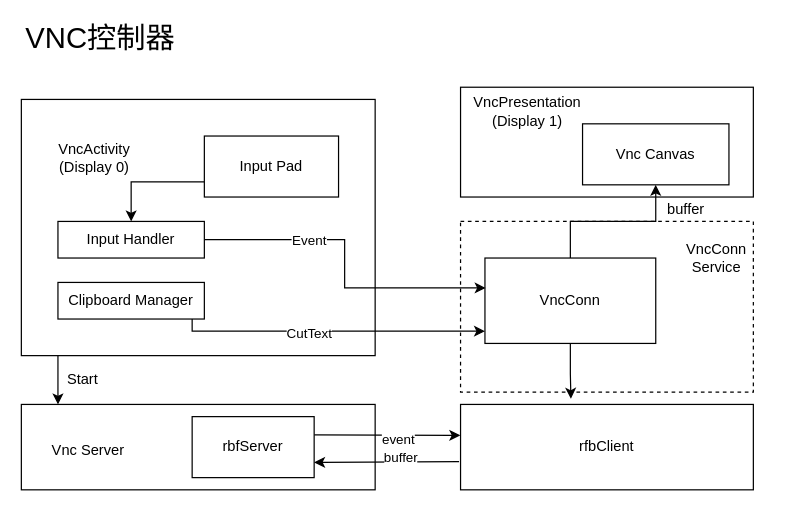
Earlier version of the draw.io diagram uml/vnc_controller.drawio (TobiasYin/ansuld). Source tidied: cells renumbered, new cells numbered last; positions are measured from the earlier drawing's top-left corner, leaving out a move shared by most shapes. Both pictures are drawn from the tidied source at 122%, with x=0, y=0 at pixel (21, 26).
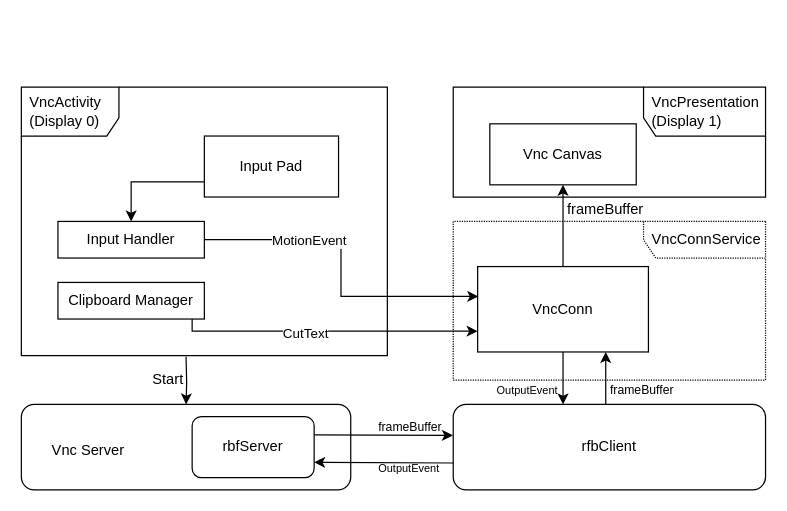
The same page after the edit.

Unchanged cells that the change refers to:
```xml
<mxCell id="19" style="rounded=0;jettySize=auto;html=1;entryX=-0.001;entryY=0.362;entryDx=0;entryDy=0;entryPerimeter=0;" parent="1" edge="1" target="10">
  <mxGeometry relative="1" as="geometry">
    <mxPoint x="240" y="335" as="sourcePoint" />
  </mxGeometry>
</mxCell>
<mxCell id="25" style="edgeStyle=orthogonalEdgeStyle;rounded=0;jettySize=auto;html=1;entryX=0.004;entryY=0.35;entryDx=0;entryDy=0;entryPerimeter=0;" parent="1" edge="1" source="27" target="13">
  <mxGeometry relative="1" as="geometry" />
</mxCell>
<mxCell id="30" value="Clipboard Manager" style="rounded=0;whiteSpace=wrap;html=1;" parent="1" vertex="1">
  <mxGeometry x="30" y="210" width="120" height="30" as="geometry" />
</mxCell>
```

The edit, as a diff of the source:
```diff
@@
-    <mxCell id="2" style="rounded=0;whiteSpace=wrap;html=1;dashed=1;" parent="1" vertex="1">
-      <mxGeometry x="360" y="160" width="240" height="140" as="geometry" />
-    </mxCell>
-    <mxCell id="3" style="rounded=0;whiteSpace=wrap;html=1;" parent="1" vertex="1">
-      <mxGeometry x="360" y="50" width="240" height="90" as="geometry" />
-    </mxCell>
-    <mxCell id="4" value="&lt;font style=&quot;font-size: 24px&quot;&gt;VNC控制器&lt;/font&gt;" style="text;html=1;strokeColor=none;fillColor=none;align=center;verticalAlign=middle;whiteSpace=wrap;rounded=0;" parent="1" vertex="1">
-      <mxGeometry width="130" height="20" as="geometry" />
-    </mxCell>
+    <mxCell id="32" value="&lt;span style=&quot;text-align: center&quot;&gt;VncConnService&lt;/span&gt;" style="shape=umlFrame;whiteSpace=wrap;html=1;width=100;height=30;boundedLbl=1;verticalAlign=middle;align=left;spacingLeft=5;flipV=0;flipH=1;dashed=1;dashPattern=1 1;" parent="1" vertex="1">
+      <mxGeometry x="354" y="160" width="256" height="130" as="geometry" />
+    </mxCell>
-    <mxCell id="5" style="edgeStyle=orthogonalEdgeStyle;rounded=0;jettySize=auto;html=1;" parent="1" edge="1" source="6" target="7">
+    <mxCell id="5" style="edgeStyle=orthogonalEdgeStyle;rounded=0;jettySize=auto;html=1;" parent="1" edge="1" target="7">
       <mxGeometry relative="1" as="geometry">
-        <Array as="points">
-          <mxPoint x="30" y="290" />
-          <mxPoint x="30" y="290" />
-        </Array>
+        <mxPoint x="135" y="271" as="sourcePoint" />
       </mxGeometry>
     </mxCell>
-    <mxCell id="6" style="rounded=0;whiteSpace=wrap;html=1;" parent="1" vertex="1">
-      <mxGeometry y="60" width="290" height="210" as="geometry" />
-    </mxCell>
-    <mxCell id="7" style="rounded=0;whiteSpace=wrap;html=1;" parent="1" vertex="1">
-      <mxGeometry y="310" width="290" height="70" as="geometry" />
+    <mxCell id="7" style="rounded=1;whiteSpace=wrap;html=1;" parent="1" vertex="1">
+      <mxGeometry y="310" width="270" height="70" as="geometry" />
     </mxCell>
-    <mxCell id="8" style="edgeStyle=none;rounded=0;jettySize=auto;html=1;entryX=1;entryY=0.75;entryDx=0;entryDy=0;exitX=-0.005;exitY=0.671;exitDx=0;exitDy=0;exitPerimeter=0;" parent="1" edge="1" source="10" target="21">
-      <mxGeometry relative="1" as="geometry" />
+    <mxCell id="8" style="edgeStyle=none;rounded=0;jettySize=auto;html=1;entryX=1;entryY=0.75;entryDx=0;entryDy=0;" parent="1" edge="1" target="21">
+      <mxGeometry relative="1" as="geometry">
+        <mxPoint x="354" y="358" as="sourcePoint" />
+      </mxGeometry>
     </mxCell>
-    <mxCell id="9" value="buffer" style="edgeLabel;html=1;align=center;verticalAlign=middle;" parent="8" vertex="1">
-      <mxGeometry x="-0.2" y="-4" relative="1" as="geometry" />
-    </mxCell>
-    <mxCell id="10" value="rfbClient" style="rounded=0;whiteSpace=wrap;html=1;" parent="1" vertex="1">
-      <mxGeometry x="360" y="310" width="240" height="70" as="geometry" />
+    <mxCell id="10" value="rfbClient" style="rounded=1;whiteSpace=wrap;html=1;" parent="1" vertex="1">
+      <mxGeometry x="354" y="310" width="256" height="70" as="geometry" />
     </mxCell>
@@
-    <mxCell id="12" style="edgeStyle=orthogonalEdgeStyle;rounded=0;jettySize=auto;html=1;entryX=0.377;entryY=-0.067;entryDx=0;entryDy=0;entryPerimeter=0;" parent="1" edge="1" source="13" target="10">
-      <mxGeometry relative="1" as="geometry" />
+    <mxCell id="12" style="edgeStyle=orthogonalEdgeStyle;rounded=0;jettySize=auto;html=1;" parent="1" edge="1" source="13">
+      <mxGeometry relative="1" as="geometry">
+        <mxPoint x="444" y="310" as="targetPoint" />
+        <Array as="points">
+          <mxPoint x="444" y="280" />
+          <mxPoint x="444" y="280" />
+        </Array>
+      </mxGeometry>
     </mxCell>
     <mxCell id="13" value="VncConn" style="rounded=0;whiteSpace=wrap;html=1;" parent="1" vertex="1">
-      <mxGeometry x="380" y="190" width="140" height="70" as="geometry" />
+      <mxGeometry x="374" y="197" width="140" height="70" as="geometry" />
     </mxCell>
     <mxCell id="14" value="Vnc Canvas" style="rounded=0;whiteSpace=wrap;html=1;" parent="1" vertex="1">
-      <mxGeometry x="460" y="80" width="120" height="50" as="geometry" />
+      <mxGeometry x="384" y="80" width="120" height="50" as="geometry" />
     </mxCell>
-    <mxCell id="15" value="VncActivity&lt;br&gt;(Display 0)" style="text;html=1;strokeColor=none;fillColor=none;align=center;verticalAlign=middle;whiteSpace=wrap;rounded=0;" parent="1" vertex="1">
-      <mxGeometry x="20" y="85" width="80" height="45" as="geometry" />
-    </mxCell>
-    <mxCell id="16" value="VncPresentation&lt;br&gt;(Display 1)" style="text;html=1;strokeColor=none;fillColor=none;align=center;verticalAlign=middle;whiteSpace=wrap;rounded=0;" parent="1" vertex="1">
-      <mxGeometry x="370" y="60" width="90" height="20" as="geometry" />
-    </mxCell>
-    <mxCell id="17" value="buffer" style="text;html=1;strokeColor=none;fillColor=none;align=center;verticalAlign=middle;whiteSpace=wrap;rounded=0;" parent="1" vertex="1">
-      <mxGeometry x="520" y="140" width="50" height="20" as="geometry" />
+    <mxCell id="17" value="frameBuffer" style="text;html=1;strokeColor=none;fillColor=none;align=center;verticalAlign=middle;whiteSpace=wrap;rounded=0;" parent="1" vertex="1">
+      <mxGeometry x="454" y="140" width="50" height="20" as="geometry" />
     </mxCell>
-    <mxCell id="18" value="VncConn&lt;br&gt;Service" style="text;html=1;strokeColor=none;fillColor=none;align=center;verticalAlign=middle;whiteSpace=wrap;rounded=0;" parent="1" vertex="1">
-      <mxGeometry x="550" y="180" width="40" height="20" as="geometry" />
-    </mxCell>
@@
-    <mxCell id="20" value="event" style="edgeLabel;html=1;align=center;verticalAlign=middle;" parent="19" vertex="1">
-      <mxGeometry x="0.16" y="-3" relative="1" as="geometry" />
-    </mxCell>
-    <mxCell id="21" value="rbfServer" style="rounded=0;whiteSpace=wrap;html=1;" parent="1" vertex="1">
+    <mxCell id="21" value="rbfServer" style="rounded=1;whiteSpace=wrap;html=1;" parent="1" vertex="1">
       <mxGeometry x="140" y="320" width="100" height="50" as="geometry" />
     </mxCell>
@@
-    <mxCell id="26" value="Event" style="edgeLabel;html=1;align=center;verticalAlign=middle;" parent="25" vertex="1">
+    <mxCell id="26" value="MotionEvent" style="edgeLabel;html=1;align=center;verticalAlign=middle;" parent="25" vertex="1">
       <mxGeometry x="-0.37" relative="1" as="geometry" />
     </mxCell>
@@
-    <mxCell id="28" style="edgeStyle=orthogonalEdgeStyle;rounded=0;jettySize=auto;html=1;" parent="1" edge="1" source="30">
+    <mxCell id="28" style="edgeStyle=orthogonalEdgeStyle;rounded=0;jettySize=auto;html=1;" parent="1" edge="1" source="30" target="13">
       <mxGeometry relative="1" as="geometry">
-        <mxPoint x="380" y="250" as="targetPoint" />
         <Array as="points">
           <mxPoint x="140" y="250" />
-          <mxPoint x="380" y="250" />
         </Array>
       </mxGeometry>
     </mxCell>
@@
     <mxCell id="31" value="Start" style="text;html=1;align=center;verticalAlign=middle;" parent="1" vertex="1">
-      <mxGeometry x="30" y="280" width="40" height="20" as="geometry" />
+      <mxGeometry x="100" y="280" width="40" height="20" as="geometry" />
     </mxCell>
+    <mxCell id="33" value="&lt;font style=&quot;font-size: 9px&quot;&gt;OutputEvent&lt;/font&gt;" style="text;html=1;strokeColor=none;fillColor=none;align=center;verticalAlign=middle;whiteSpace=wrap;rounded=0;" parent="1" vertex="1">
+      <mxGeometry x="293" y="352" width="50" height="20" as="geometry" />
+    </mxCell>
+    <mxCell id="34" value="&lt;font size=&quot;1&quot;&gt;frameBuffer&lt;/font&gt;" style="text;html=1;strokeColor=none;fillColor=none;align=center;verticalAlign=middle;whiteSpace=wrap;rounded=0;" parent="1" vertex="1">
+      <mxGeometry x="294" y="318" width="50" height="20" as="geometry" />
+    </mxCell>
+    <mxCell id="15" value="&lt;span style=&quot;text-align: center&quot;&gt;VncActivity&lt;/span&gt;&lt;br style=&quot;text-align: center&quot;&gt;&lt;span style=&quot;text-align: center&quot;&gt;(Display 0)&lt;/span&gt;" style="shape=umlFrame;whiteSpace=wrap;html=1;width=80;height=40;boundedLbl=1;verticalAlign=middle;align=left;spacingLeft=5;" parent="1" vertex="1">
+      <mxGeometry y="50" width="300" height="220" as="geometry" />
+    </mxCell>
+    <mxCell id="16" value="&lt;span style=&quot;text-align: center&quot;&gt;VncPresentation&lt;/span&gt;&lt;br style=&quot;text-align: center&quot;&gt;&lt;span style=&quot;text-align: center&quot;&gt;(Display 1)&lt;/span&gt;" style="shape=umlFrame;whiteSpace=wrap;html=1;width=100;height=40;boundedLbl=1;verticalAlign=middle;align=left;spacingLeft=5;flipH=1;" parent="1" vertex="1">
+      <mxGeometry x="354" y="50" width="256" height="90" as="geometry" />
+    </mxCell>
+    <mxCell id="35" value="&lt;font style=&quot;font-size: 9px&quot;&gt;OutputEvent&lt;/font&gt;" style="text;html=1;strokeColor=none;fillColor=none;align=center;verticalAlign=middle;whiteSpace=wrap;rounded=0;" parent="1" vertex="1">
+      <mxGeometry x="390" y="288" width="50" height="20" as="geometry" />
+    </mxCell>
+    <mxCell id="36" style="endArrow=classic;html=1;entryX=0.75;entryY=1;entryDx=0;entryDy=0;" parent="1" edge="1" target="13">
+      <mxGeometry relative="1" as="geometry">
+        <mxPoint x="479" y="310" as="sourcePoint" />
+      </mxGeometry>
+    </mxCell>
+    <mxCell id="37" value="&lt;font size=&quot;1&quot;&gt;frameBuffer&lt;/font&gt;" style="text;html=1;strokeColor=none;fillColor=none;align=center;verticalAlign=middle;whiteSpace=wrap;rounded=0;" parent="1" vertex="1">
+      <mxGeometry x="484" y="288" width="50" height="20" as="geometry" />
+    </mxCell>
```
